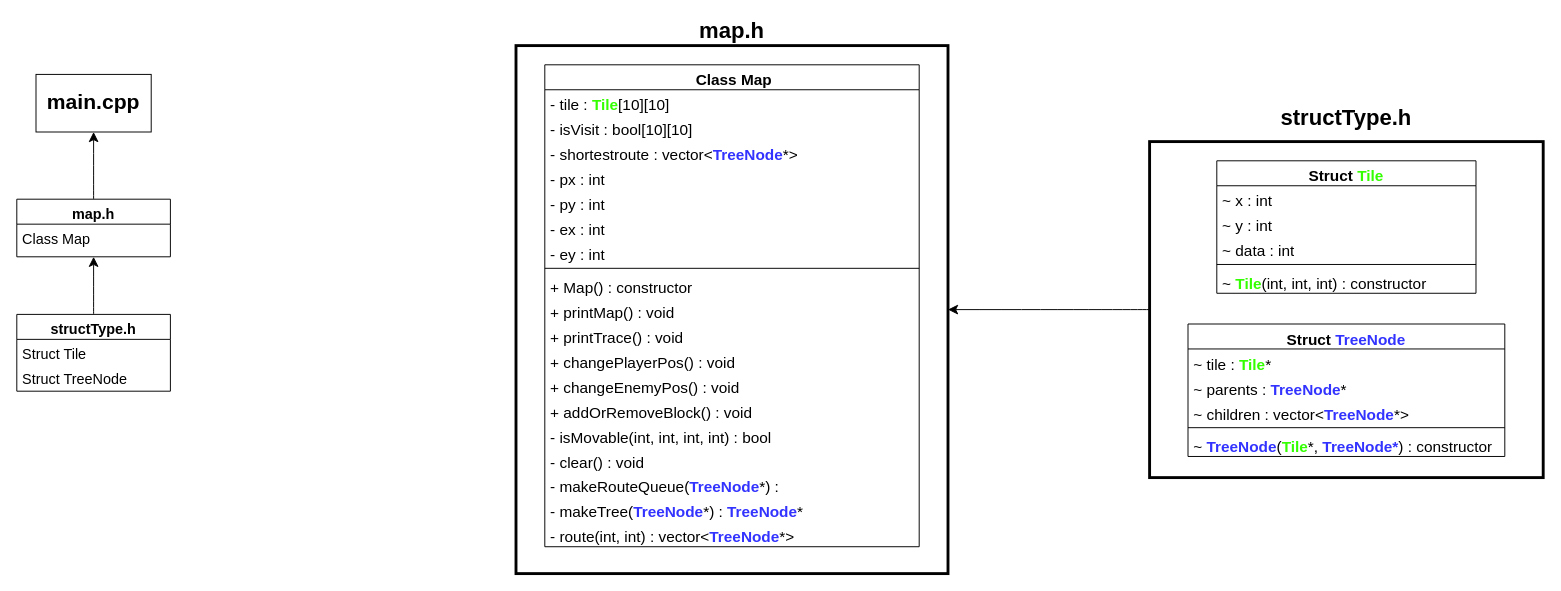
Above: 5주차/diagram.drawio in wklee316/3rdG_Trouble_Shooting (draw.io), before the change. Source tidied: cells renumbered, new cells numbered last; positions are measured from the earlier drawing's top-left corner, leaving out a move shared by most shapes. Both pictures are drawn from the tidied source at 96%, with x=0, y=0 at pixel (16, 16).
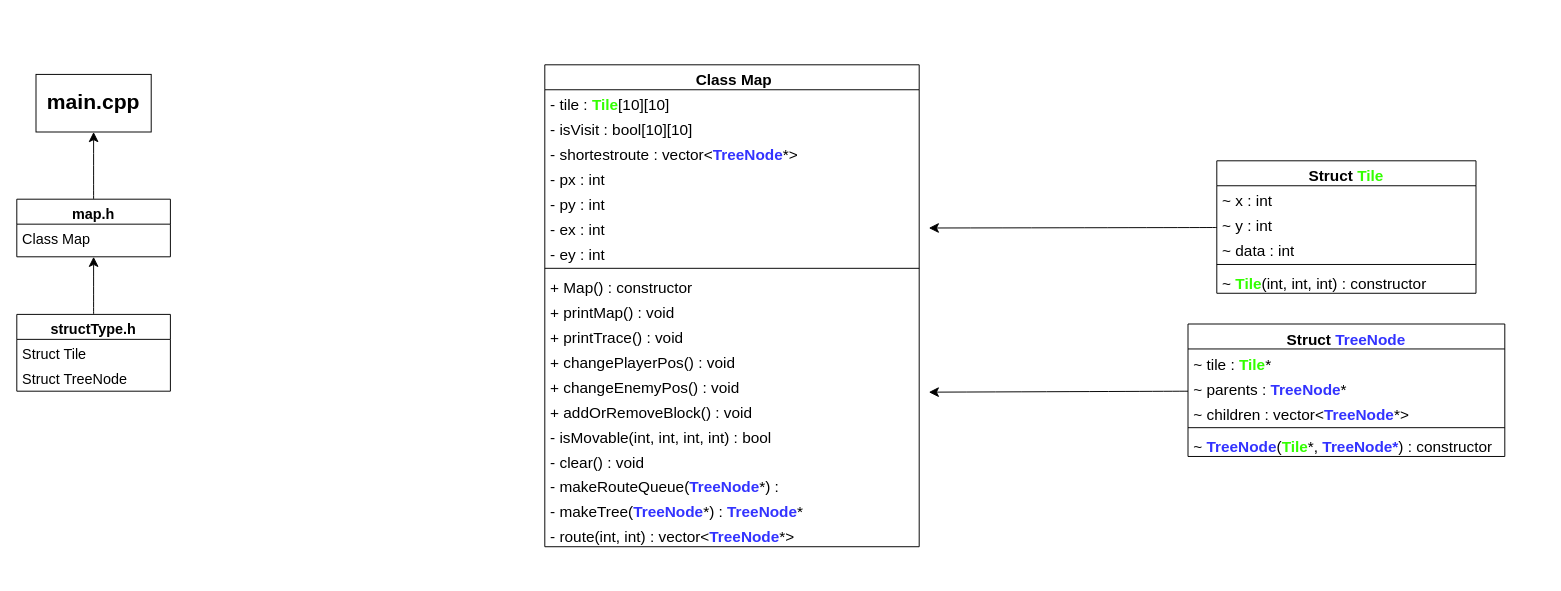
The same diagram, later.

The edit, as a diff of the source:
```diff
@@
-    <mxCell id="2" style="rounded=0;whiteSpace=wrap;html=1;fontSize=16;fillColor=none;strokeWidth=3;" parent="1" vertex="1">
-      <mxGeometry x="1180" y="130" width="410" height="350" as="geometry" />
-    </mxCell>
@@
-    <mxCell id="43" style="rounded=0;whiteSpace=wrap;html=1;fontSize=16;fillColor=none;strokeWidth=3;" parent="1" vertex="1">
-      <mxGeometry x="520" y="30" width="450" height="550" as="geometry" />
-    </mxCell>
-    <mxCell id="44" value="map.h" style="text;html=1;strokeColor=none;fillColor=none;align=center;verticalAlign=middle;whiteSpace=wrap;rounded=0;fontSize=23;fontStyle=1;" parent="1" vertex="1">
-      <mxGeometry x="715" width="60" height="30" as="geometry" />
-    </mxCell>
-    <mxCell id="45" value="structType.h" style="text;html=1;strokeColor=none;fillColor=none;align=center;verticalAlign=middle;whiteSpace=wrap;rounded=0;fontSize=23;fontStyle=1;" parent="1" vertex="1">
-      <mxGeometry x="1355" y="90" width="60" height="30" as="geometry" />
-    </mxCell>
-    <mxCell id="46" style="edgeStyle=none;curved=1;rounded=0;jettySize=auto;html=1;exitX=0;exitY=0.5;exitDx=0;exitDy=0;entryX=1;entryY=0.5;entryDx=0;entryDy=0;fontSize=12;startSize=8;endSize=8;" parent="1" edge="1" source="2" target="43">
-      <mxGeometry relative="1" as="geometry" />
+    <mxCell id="46" style="edgeStyle=none;curved=1;rounded=0;orthogonalLoop=1;jettySize=auto;html=1;exitX=0;exitY=0.5;exitDx=0;exitDy=0;fontSize=12;startSize=8;endSize=8;" parent="1" edge="1">
+      <mxGeometry relative="1" as="geometry">
+        <mxPoint x="1250" y="219.5" as="sourcePoint" />
+        <mxPoint x="950" y="220" as="targetPoint" />
+      </mxGeometry>
     </mxCell>
+    <mxCell id="47" style="edgeStyle=none;curved=1;rounded=0;orthogonalLoop=1;jettySize=auto;html=1;exitX=0;exitY=0.5;exitDx=0;exitDy=0;fontSize=12;startSize=8;endSize=8;" parent="1" edge="1">
+      <mxGeometry relative="1" as="geometry">
+        <mxPoint x="1220" y="390" as="sourcePoint" />
+        <mxPoint x="950" y="391" as="targetPoint" />
+      </mxGeometry>
+    </mxCell>
```
